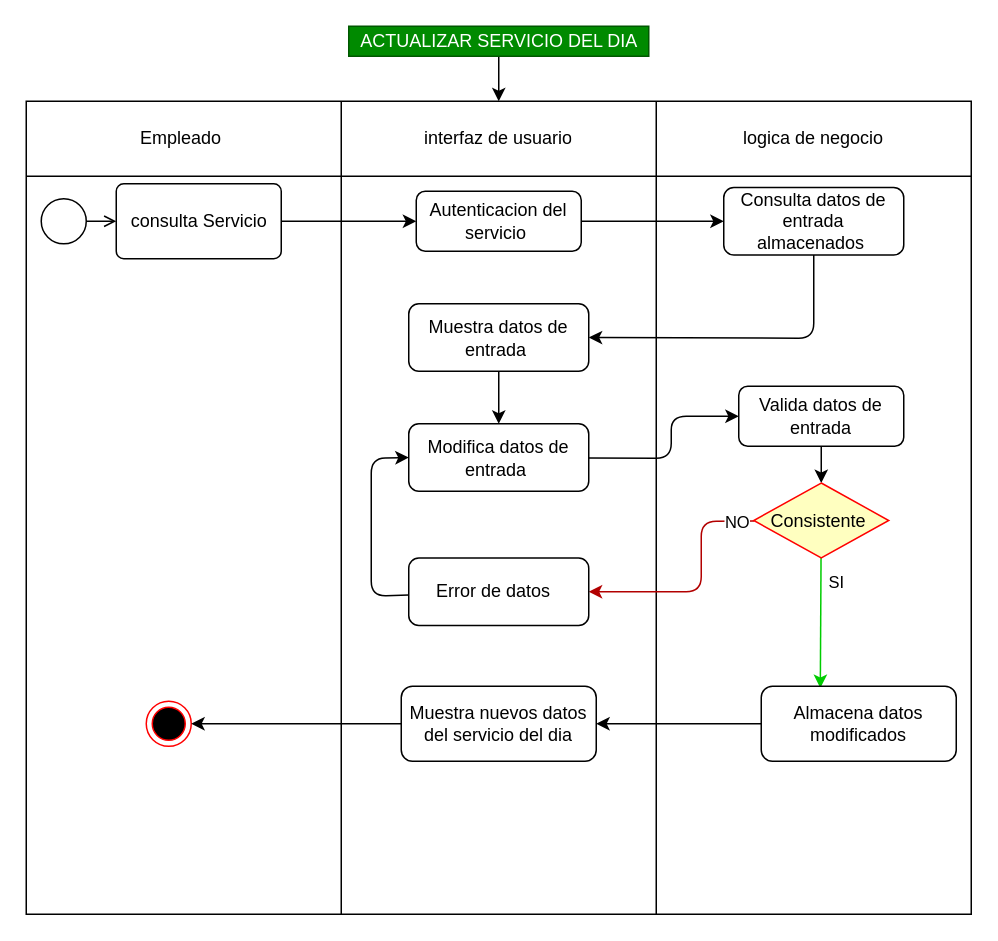
Above: Diagramas_Actividad/DAE.6.2.drawio in DavidArtavia/Activity_Diagram- (draw.io), before the change. Source tidied: cells renumbered, new cells numbered last; positions are measured from the earlier drawing's top-left corner, leaving out a move shared by most shapes. Both pictures are drawn from the tidied source at 150%, with x=0, y=0 at pixel (26, 26).
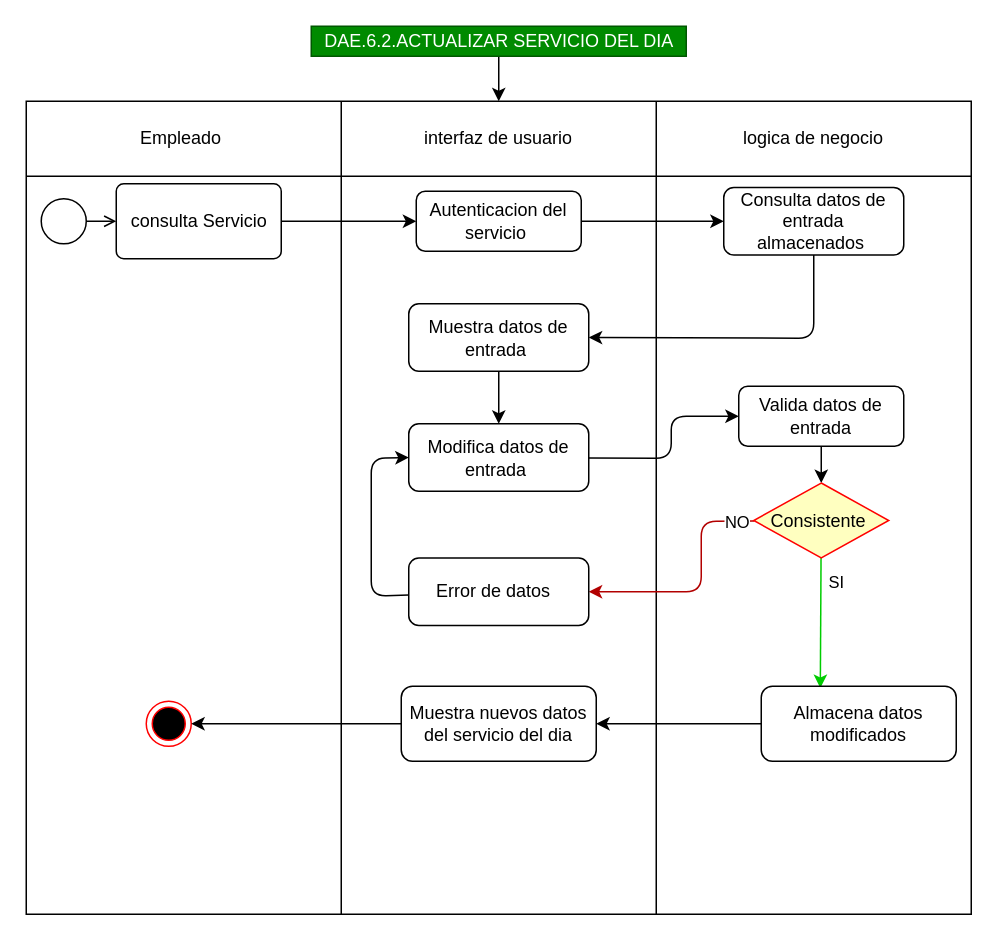
After the change.

Change to the diagram source:
```diff
@@
-    <mxCell id="19" value="ACTUALIZAR SERVICIO DEL DIA" style="text;html=1;align=center;verticalAlign=middle;points=[];rounded=0;fillColor=#008a00;fontColor=#ffffff;strokeColor=#005700;" parent="1" vertex="1">
-      <mxGeometry x="215" width="200" height="20" as="geometry" />
+    <mxCell id="19" value="DAE.6.2.ACTUALIZAR SERVICIO DEL DIA" style="text;html=1;align=center;verticalAlign=middle;points=[];rounded=0;fillColor=#008a00;fontColor=#ffffff;strokeColor=#005700;" parent="1" vertex="1">
+      <mxGeometry x="190" width="250" height="20" as="geometry" />
     </mxCell>
```
